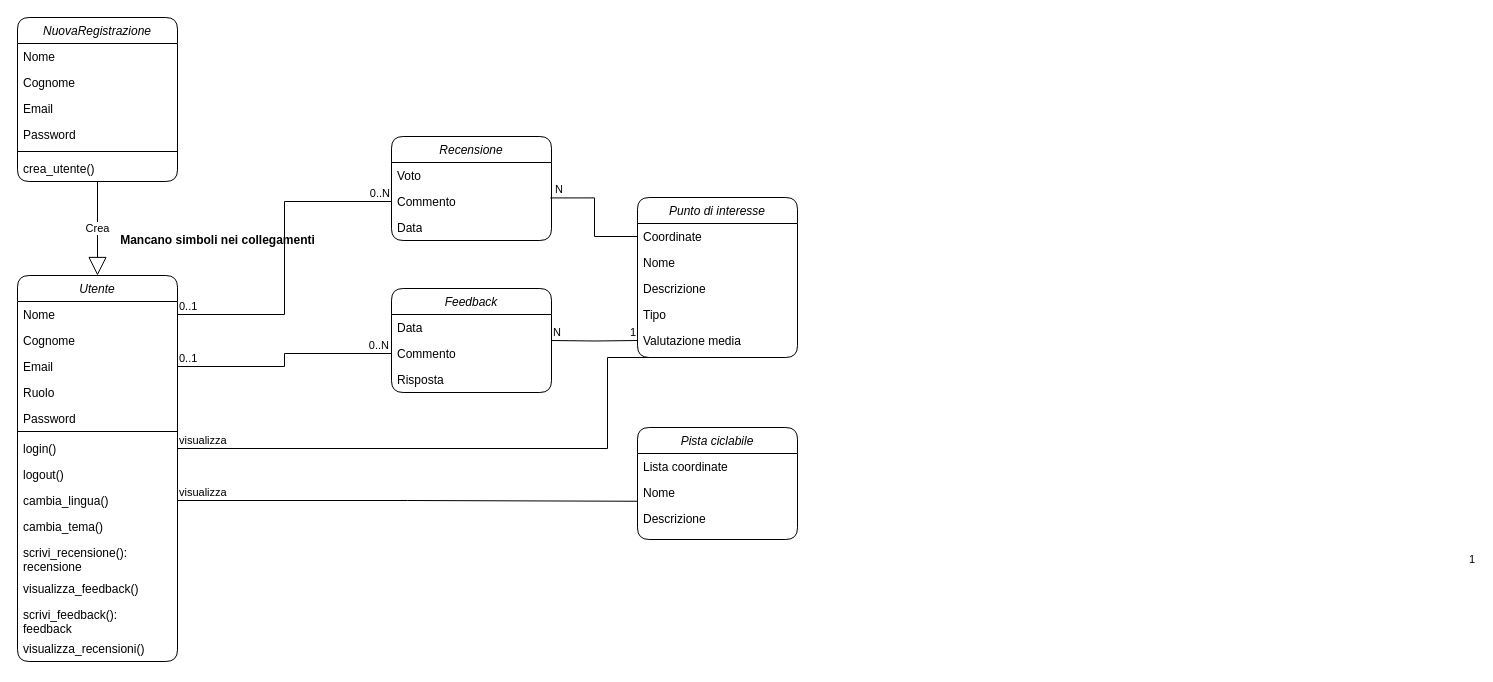
This is DiagrammaClassi.drawio from riccardoFinelloUniTn/BikeInfo, a draw.io file, before an edit. Source tidied: cells renumbered, new cells numbered last; positions are measured from the earlier drawing's top-left corner, leaving out a move shared by most shapes. Both pictures are drawn from the tidied source at 100%, with x=0, y=0 at pixel (17, 17).
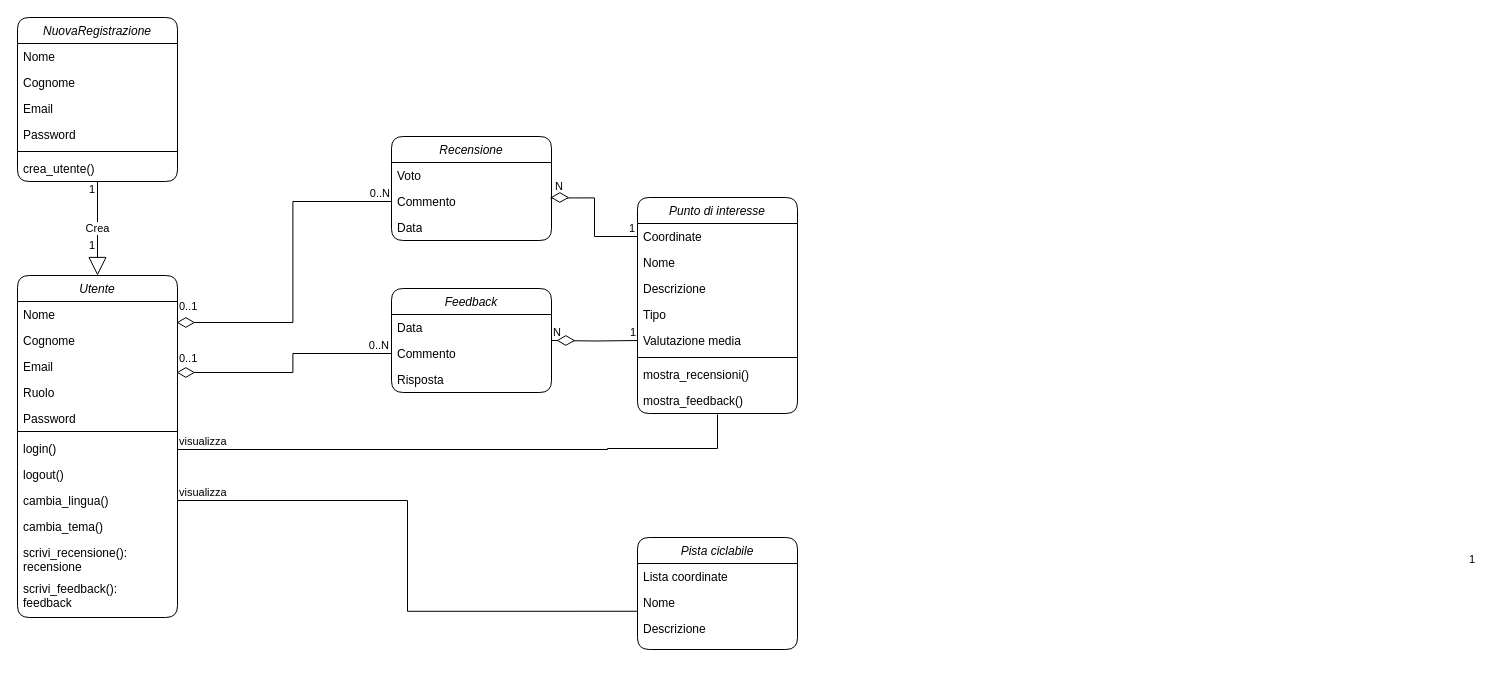
The same diagram, later.

The change refers to these unchanged cells:
```xml
<mxCell id="3" value="Nome" style="text;align=left;verticalAlign=top;spacingLeft=4;spacingRight=4;overflow=hidden;points=[[0,0.5],[1,0.5]];portConstraint=eastwest;" parent="2" vertex="1">
  <mxGeometry y="26" width="160" height="26" as="geometry" />
</mxCell>
<mxCell id="5" value="Email" style="text;align=left;verticalAlign=top;spacingLeft=4;spacingRight=4;overflow=hidden;points=[[0,0.5],[1,0.5]];portConstraint=eastwest;rounded=0;shadow=0;html=0;" parent="2" vertex="1">
  <mxGeometry y="78" width="160" height="26" as="geometry" />
</mxCell>
<mxCell id="9" value="login()" style="text;strokeColor=none;fillColor=none;align=left;verticalAlign=top;spacingLeft=4;spacingRight=4;overflow=hidden;points=[[0,0.5],[1,0.5]];portConstraint=eastwest;whiteSpace=wrap;html=1;" parent="2" vertex="1">
  <mxGeometry y="160" width="160" height="26" as="geometry" />
</mxCell>
<mxCell id="36" value="Commento" style="text;align=left;verticalAlign=top;spacingLeft=4;spacingRight=4;overflow=hidden;points=[[0,0.5],[1,0.5]];portConstraint=eastwest;rounded=0;shadow=0;html=0;" parent="31" vertex="1">
  <mxGeometry y="52" width="160" height="26" as="geometry" />
</mxCell>
<mxCell id="38" style="endArrow=none;html=1;edgeStyle=orthogonalEdgeStyle;rounded=0;exitX=0;exitY=0.5;exitDx=0;exitDy=0;entryX=0.993;entryY=0.363;entryDx=0;entryDy=0;entryPerimeter=0;" parent="1" edge="1" source="26" target="43">
  <mxGeometry relative="1" as="geometry" />
</mxCell>
<mxCell id="43" value="Commento" style="text;align=left;verticalAlign=top;spacingLeft=4;spacingRight=4;overflow=hidden;points=[[0,0.5],[1,0.5]];portConstraint=eastwest;rounded=0;shadow=0;html=0;" parent="41" vertex="1">
  <mxGeometry y="52" width="160" height="26" as="geometry" />
</mxCell>
```

What changed in the source:
```diff
@@
     <mxCell id="2" value="Utente" style="swimlane;fontStyle=2;align=center;verticalAlign=top;horizontal=1;startSize=26;rounded=1;shadow=0;strokeWidth=1;glass=0;swimlaneLine=1;" parent="1" vertex="1">
-      <mxGeometry y="258" width="160" height="386" as="geometry" />
+      <mxGeometry y="258" width="160" height="342" as="geometry" />
     </mxCell>
@@
-    <mxCell id="14" value="visualizza_feedback()" style="text;strokeColor=none;fillColor=none;align=left;verticalAlign=top;spacingLeft=4;spacingRight=4;overflow=hidden;whiteSpace=wrap;html=1;" parent="2" vertex="1">
-      <mxGeometry y="300" width="160" height="26" as="geometry" />
-    </mxCell>
     <mxCell id="15" value="scrivi_feedback():&lt;div&gt;feedback&lt;/div&gt;" style="text;strokeColor=none;fillColor=none;align=left;verticalAlign=top;spacingLeft=4;spacingRight=4;overflow=hidden;whiteSpace=wrap;html=1;" parent="2" vertex="1">
-      <mxGeometry y="326" width="160" height="34" as="geometry" />
+      <mxGeometry y="300" width="160" height="34" as="geometry" />
     </mxCell>
-    <mxCell id="16" value="visualizza_recensioni()" style="text;strokeColor=none;fillColor=none;align=left;verticalAlign=top;spacingLeft=4;spacingRight=4;overflow=hidden;whiteSpace=wrap;html=1;" parent="2" vertex="1">
-      <mxGeometry y="360" width="160" height="26" as="geometry" />
-    </mxCell>
@@
     <mxCell id="25" value="Punto di interesse" style="swimlane;fontStyle=2;align=center;verticalAlign=top;horizontal=1;startSize=26;rounded=1;shadow=0;strokeWidth=1;glass=0;swimlaneLine=1;" parent="1" vertex="1">
-      <mxGeometry x="620" y="180" width="160" height="160" as="geometry" />
+      <mxGeometry x="620" y="180" width="160" height="216" as="geometry" />
     </mxCell>
@@
+    <mxCell id="60" style="line;strokeWidth=1;fillColor=none;align=left;verticalAlign=middle;spacingTop=-1;spacingLeft=3;spacingRight=3;labelPosition=right;strokeColor=inherit;" parent="25" vertex="1">
+      <mxGeometry y="156" width="160" height="8" as="geometry" />
+    </mxCell>
+    <mxCell id="61" value="mostra_recensioni()" style="text;strokeColor=none;fillColor=none;align=left;verticalAlign=top;spacingLeft=4;spacingRight=4;overflow=hidden;whiteSpace=wrap;html=1;" parent="25" vertex="1">
+      <mxGeometry y="164" width="160" height="26" as="geometry" />
+    </mxCell>
+    <mxCell id="62" value="mostra_feedback()" style="text;strokeColor=none;fillColor=none;align=left;verticalAlign=top;spacingLeft=4;spacingRight=4;overflow=hidden;whiteSpace=wrap;html=1;" parent="25" vertex="1">
+      <mxGeometry y="190" width="160" height="26" as="geometry" />
+    </mxCell>
@@
     <mxCell id="40" value="N" style="edgeLabel;html=1;align=right;verticalAlign=bottom;" parent="38" vertex="1">
       <mxGeometry x="1" relative="1" as="geometry">
-        <mxPoint x="13" as="offset" />
+        <mxPoint x="13" y="-3" as="offset" />
       </mxGeometry>
     </mxCell>
@@
-    <mxCell id="45" style="endArrow=none;html=1;edgeStyle=orthogonalEdgeStyle;rounded=0;entryX=0;entryY=0.5;entryDx=0;entryDy=0;exitX=1;exitY=0.5;exitDx=0;exitDy=0;" parent="1" edge="1" source="3" target="43">
+    <mxCell id="45" style="endArrow=none;html=1;edgeStyle=orthogonalEdgeStyle;rounded=0;entryX=0;entryY=0.5;entryDx=0;entryDy=0;exitX=1;exitY=0.5;exitDx=0;exitDy=0;" parent="1" edge="1" source="70" target="43">
       <mxGeometry relative="1" as="geometry" />
     </mxCell>
-    <mxCell id="46" value="0..1" style="edgeLabel;html=1;align=left;verticalAlign=bottom;" parent="45" vertex="1">
-      <mxGeometry x="-1" relative="1" as="geometry" />
-    </mxCell>
@@
-    <mxCell id="48" style="endArrow=none;html=1;edgeStyle=orthogonalEdgeStyle;rounded=0;entryX=0;entryY=0.5;entryDx=0;entryDy=0;exitX=1;exitY=0.5;exitDx=0;exitDy=0;" parent="1" edge="1" source="5" target="36">
+    <mxCell id="48" style="endArrow=none;html=1;edgeStyle=orthogonalEdgeStyle;rounded=0;entryX=0;entryY=0.5;entryDx=0;entryDy=0;exitX=1;exitY=0.5;exitDx=0;exitDy=0;" parent="1" edge="1" source="67" target="36">
       <mxGeometry relative="1" as="geometry" />
     </mxCell>
-    <mxCell id="49" value="0..1" style="edgeLabel;html=1;align=left;verticalAlign=bottom;" parent="48" vertex="1">
-      <mxGeometry x="-1" relative="1" as="geometry" />
-    </mxCell>
@@
     <mxCell id="51" value="Pista ciclabile" style="swimlane;fontStyle=2;align=center;verticalAlign=top;horizontal=1;startSize=26;rounded=1;shadow=0;strokeWidth=1;glass=0;swimlaneLine=1;" parent="1" vertex="1">
-      <mxGeometry x="620" y="410" width="160" height="112" as="geometry" />
+      <mxGeometry x="620" y="520" width="160" height="112" as="geometry" />
     </mxCell>
@@
-    <mxCell id="55" value="Mancano simboli nei collegamenti" style="text;align=center;fontStyle=1;verticalAlign=middle;spacingLeft=3;spacingRight=3;strokeColor=none;html=1;" parent="1" vertex="1">
-      <mxGeometry x="160" y="210" width="80" height="26" as="geometry" />
-    </mxCell>
-    <mxCell id="56" style="endArrow=none;html=1;edgeStyle=orthogonalEdgeStyle;rounded=0;exitX=1;exitY=0.5;exitDx=0;exitDy=0;entryX=0.5;entryY=1;entryDx=0;entryDy=0;" parent="1" edge="1" source="9" target="25">
+    <mxCell id="56" style="endArrow=none;html=1;edgeStyle=orthogonalEdgeStyle;rounded=0;exitX=1;exitY=0.5;exitDx=0;exitDy=0;entryX=0.5;entryY=1;entryDx=0;entryDy=0;" parent="1" edge="1">
       <mxGeometry relative="1" as="geometry">
+        <mxPoint x="160" y="432" as="sourcePoint" />
+        <mxPoint x="700" y="397" as="targetPoint" />
         <Array as="points">
+          <mxPoint x="590" y="432" />
           <mxPoint x="590" y="431" />
-          <mxPoint x="590" y="340" />
+          <mxPoint x="700" y="431" />
         </Array>
       </mxGeometry>
     </mxCell>
@@
+    <mxCell id="63" value="1" style="edgeLabel;html=1;align=left;verticalAlign=bottom;" parent="1" vertex="1">
+      <mxGeometry x="70" y="180" as="geometry" />
+    </mxCell>
+    <mxCell id="64" value="1" style="edgeLabel;html=1;align=left;verticalAlign=bottom;" parent="1" vertex="1">
+      <mxGeometry x="70" y="236" as="geometry" />
+    </mxCell>
+    <mxCell id="65" style="endArrow=none;html=1;edgeStyle=orthogonalEdgeStyle;rounded=0;entryX=0;entryY=0.5;entryDx=0;entryDy=0;exitX=1;exitY=0.5;exitDx=0;exitDy=0;" parent="1" edge="1" source="5" target="67">
+      <mxGeometry relative="1" as="geometry" />
+    </mxCell>
+    <mxCell id="66" value="0..1" style="edgeLabel;html=1;align=left;verticalAlign=bottom;" parent="65" vertex="1">
+      <mxGeometry x="-1" relative="1" as="geometry" />
+    </mxCell>
+    <mxCell id="67" style="html=1;whiteSpace=wrap;shape=isoRectangle;" parent="1" vertex="1">
+      <mxGeometry x="160" y="350" width="16.7" height="10" as="geometry" />
+    </mxCell>
+    <mxCell id="68" style="endArrow=none;html=1;edgeStyle=orthogonalEdgeStyle;rounded=0;entryX=0;entryY=0.5;entryDx=0;entryDy=0;exitX=1;exitY=0.5;exitDx=0;exitDy=0;" parent="1" edge="1" source="3" target="70">
+      <mxGeometry relative="1" as="geometry" />
+    </mxCell>
+    <mxCell id="69" value="0..1" style="edgeLabel;html=1;align=left;verticalAlign=bottom;" parent="68" vertex="1">
+      <mxGeometry x="-1" relative="1" as="geometry" />
+    </mxCell>
+    <mxCell id="70" style="html=1;whiteSpace=wrap;shape=isoRectangle;" parent="1" vertex="1">
+      <mxGeometry x="160" y="300" width="16.7" height="10" as="geometry" />
+    </mxCell>
+    <mxCell id="71" style="html=1;whiteSpace=wrap;shape=isoRectangle;" parent="1" vertex="1">
+      <mxGeometry x="540" y="318" width="16.7" height="10" as="geometry" />
+    </mxCell>
+    <mxCell id="72" style="html=1;whiteSpace=wrap;shape=isoRectangle;" parent="1" vertex="1">
+      <mxGeometry x="534" y="175" width="16.7" height="10" as="geometry" />
+    </mxCell>
+    <mxCell id="73" value="1" style="edgeLabel;html=1;align=right;verticalAlign=bottom;" parent="1" vertex="1">
+      <mxGeometry x="618" y="219" as="geometry" />
+    </mxCell>
```
